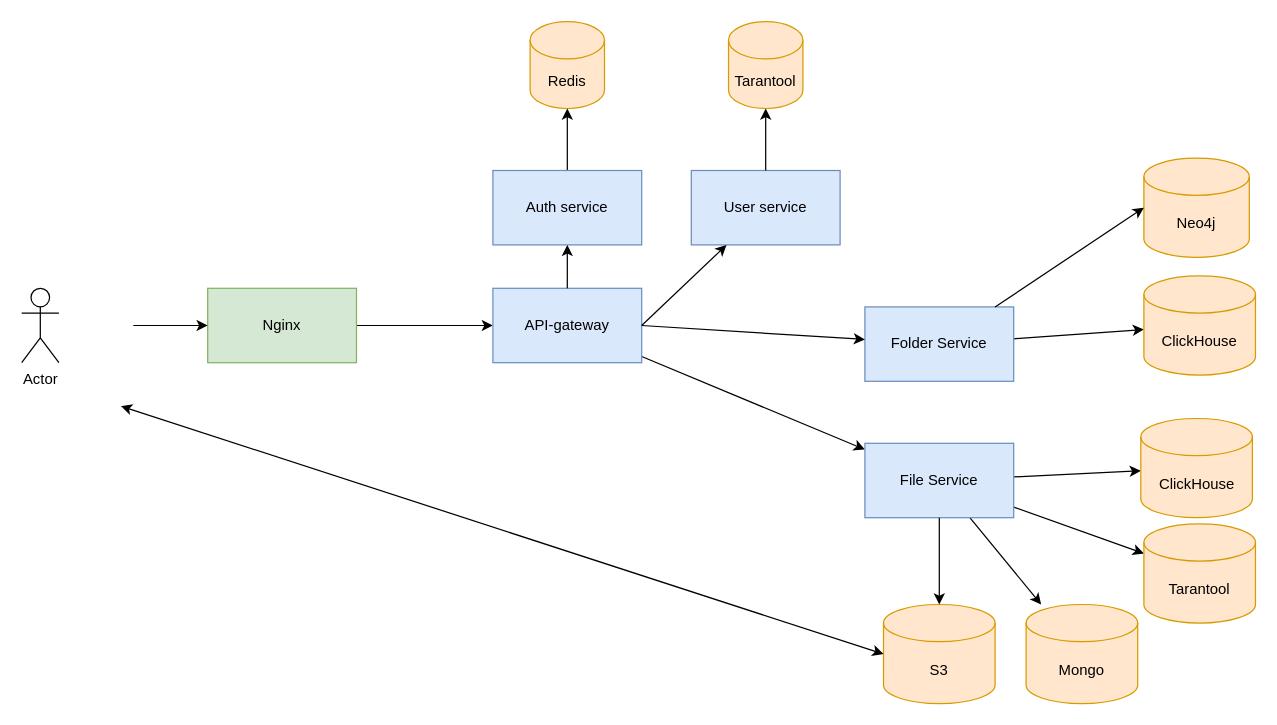
Above: assets/Схема проекта.drawio in YarikMix/cloud_highload (draw.io), before the change. Source tidied: cells renumbered, new cells numbered last; positions are measured from the earlier drawing's top-left corner, leaving out a move shared by most shapes. Both pictures are drawn from the tidied source at 124%, with x=0, y=0 at pixel (21, 21).
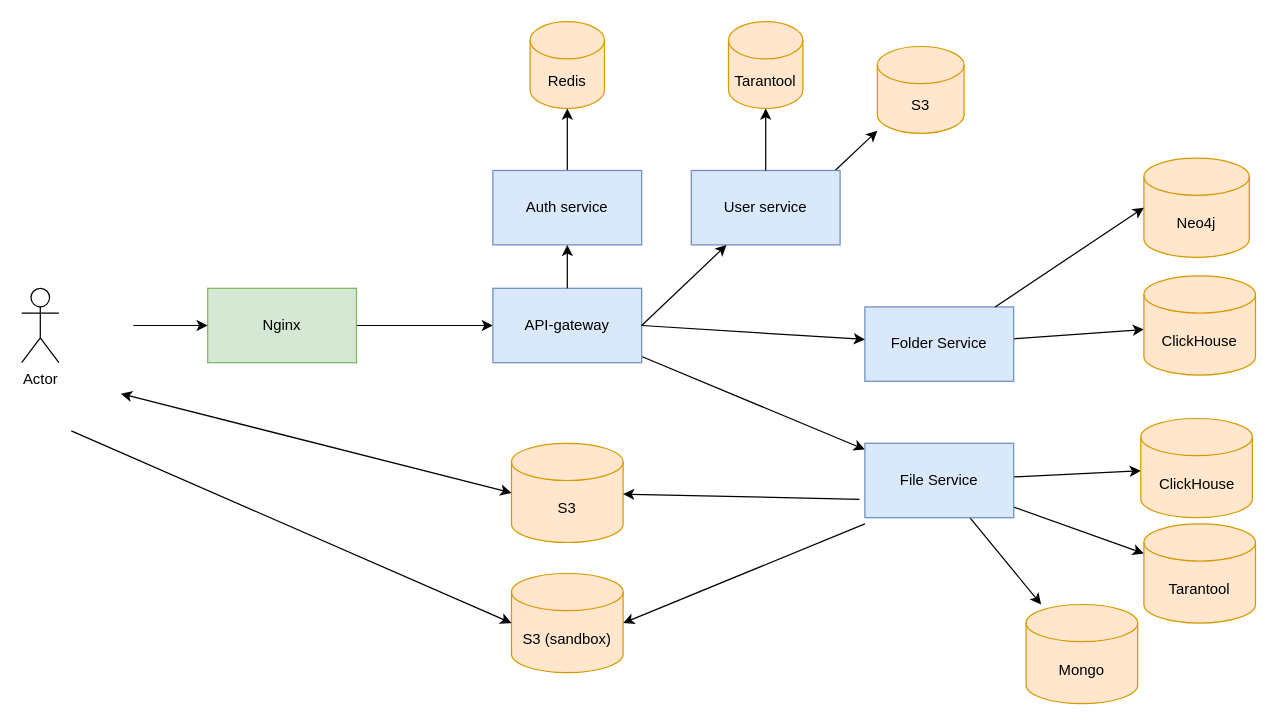
The same page after the edit.

Commit message (it also covers changes not shown here):
Схема проекта

Unchanged cells that the change refers to:
```xml
<mxCell id="11" value="User service" style="rounded=0;whiteSpace=wrap;html=1;fillColor=#dae8fc;strokeColor=#6c8ebf;" parent="1" vertex="1">
  <mxGeometry x="540" y="120" width="120" height="60" as="geometry" />
</mxCell>
<mxCell id="19" value="File Service" style="rounded=0;whiteSpace=wrap;html=1;fillColor=#dae8fc;strokeColor=#6c8ebf;" parent="1" vertex="1">
  <mxGeometry x="680" y="340" width="120" height="60" as="geometry" />
</mxCell>
```

The edit, as a diff of the source:
```diff
@@
+    <mxCell id="32" style="rounded=0;jettySize=auto;html=1;exitX=0.963;exitY=0.006;exitDx=0;exitDy=0;exitPerimeter=0;" parent="1" edge="1" source="11" target="33">
+      <mxGeometry relative="1" as="geometry" />
+    </mxCell>
@@
     <mxCell id="27" value="S3" style="shape=cylinder3;whiteSpace=wrap;html=1;boundedLbl=1;backgroundOutline=1;size=15;fillColor=#ffe6cc;strokeColor=#d79b00;" parent="1" vertex="1">
-      <mxGeometry x="695" y="470" width="90" height="80" as="geometry" />
+      <mxGeometry x="395" y="340" width="90" height="80" as="geometry" />
     </mxCell>
-    <mxCell id="28" style="endArrow=classic;html=1;rounded=0;exitX=0.5;exitY=1;exitDx=0;exitDy=0;" parent="1" edge="1" source="19" target="27">
+    <mxCell id="28" style="endArrow=classic;html=1;rounded=0;exitX=-0.037;exitY=0.753;exitDx=0;exitDy=0;exitPerimeter=0;" parent="1" edge="1" source="19" target="27">
       <mxGeometry relative="1" as="geometry" />
     </mxCell>
     <mxCell id="29" style="endArrow=classic;html=1;rounded=0;entryX=0;entryY=0.5;entryDx=0;entryDy=0;entryPerimeter=0;startArrow=classic;startFill=1;" parent="1" edge="1" target="27">
       <mxGeometry relative="1" as="geometry">
-        <mxPoint x="80" y="310" as="sourcePoint" />
+        <mxPoint x="80" y="300" as="sourcePoint" />
       </mxGeometry>
     </mxCell>
@@
+    <mxCell id="33" value="S3" style="shape=cylinder3;whiteSpace=wrap;html=1;boundedLbl=1;backgroundOutline=1;size=15;fillColor=#ffe6cc;strokeColor=#d79b00;" parent="1" vertex="1">
+      <mxGeometry x="690" y="20" width="70" height="70" as="geometry" />
+    </mxCell>
+    <mxCell id="34" value="S3 (sandbox)" style="shape=cylinder3;whiteSpace=wrap;html=1;boundedLbl=1;backgroundOutline=1;size=15;fillColor=#ffe6cc;strokeColor=#d79b00;" parent="1" vertex="1">
+      <mxGeometry x="395" y="445" width="90" height="80" as="geometry" />
+    </mxCell>
+    <mxCell id="35" style="endArrow=classic;html=1;rounded=0;entryX=0;entryY=0.5;entryDx=0;entryDy=0;entryPerimeter=0;" parent="1" edge="1" target="34">
+      <mxGeometry relative="1" as="geometry">
+        <mxPoint x="40" y="330" as="sourcePoint" />
+      </mxGeometry>
+    </mxCell>
+    <mxCell id="36" style="endArrow=classic;html=1;rounded=0;entryX=1;entryY=0.5;entryDx=0;entryDy=0;entryPerimeter=0;" parent="1" edge="1" target="34">
+      <mxGeometry relative="1" as="geometry">
+        <mxPoint x="680" y="405" as="sourcePoint" />
+      </mxGeometry>
+    </mxCell>
```
